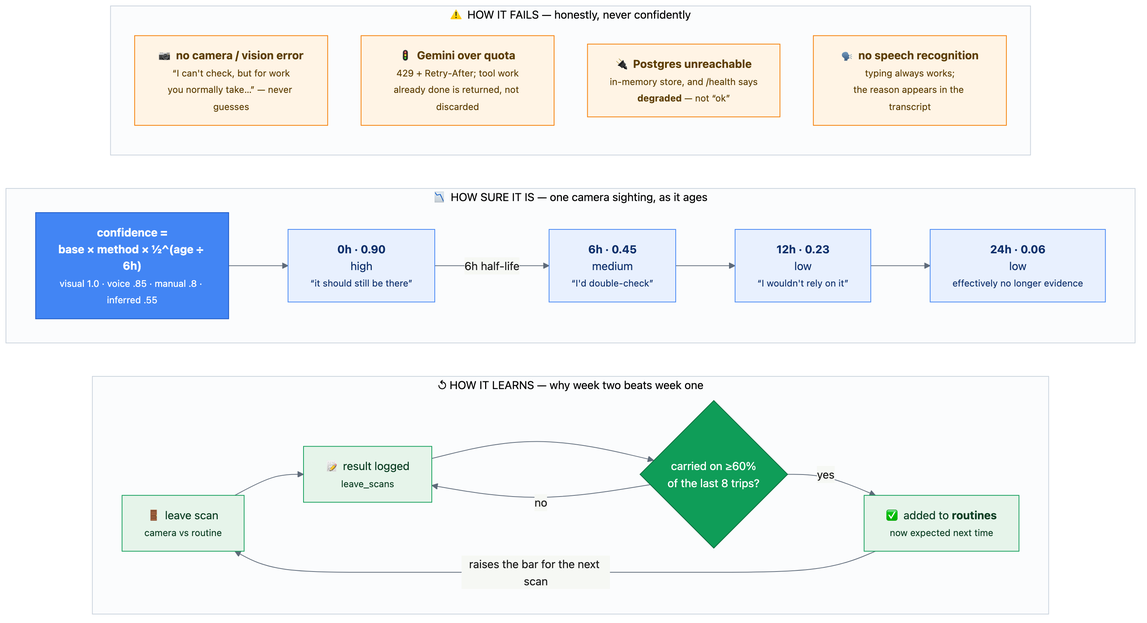
Above: docs/images/behaviour.png in TheGh0xt/Omnistant (Mermaid), before the change. Its source is kept beside it as docs/behaviour.mmd. Source of this version:
```mermaid
graph LR
    subgraph LOOP["↺ HOW IT LEARNS — why week two beats week one"]
        direction LR
        S1["🚪 leave scan<br/><small>camera vs routine</small>"]
        S2["📝 result logged<br/><small>leave_scans</small>"]
        S3{"carried on ≥60%<br/>of the last 8 trips?"}
        S4["✅ added to <b>routines</b><br/><small>now expected next time</small>"]
        S1 --> S2 --> S3
        S3 -->|yes| S4
        S3 -->|no| S2
        S4 -->|"raises the bar for the next scan"| S1
    end

    subgraph DECAY["📉 HOW SURE IT IS — one camera sighting, as it ages"]
        direction LR
        D0["<b>confidence =<br/>base × method × ½^(age ÷ 6h)</b><br/><small>visual 1.0 · voice .85 · manual .8 · inferred .55</small>"]
        D1["<b>0h · 0.90</b><br/>high<br/><small>“it should still be there”</small>"]
        D2["<b>6h · 0.45</b><br/>medium<br/><small>“I'd double-check”</small>"]
        D3["<b>12h · 0.23</b><br/>low<br/><small>“I wouldn't rely on it”</small>"]
        D4["<b>24h · 0.06</b><br/>low<br/><small>effectively no longer evidence</small>"]
        D0 --> D1 -->|"6h half-life"| D2 --> D3 --> D4
    end

    subgraph FAIL["⚠️ HOW IT FAILS — honestly, never confidently"]
        direction TB
        F1["📷 <b>no camera / vision error</b><br/><small>“I can't check, but for work<br/>you normally take…” — never guesses</small>"]
        F2["🚦 <b>Gemini over quota</b><br/><small>429 + Retry-After; tool work<br/>already done is returned, not discarded</small>"]
        F3["🔌 <b>Postgres unreachable</b><br/><small>in-memory store, and /health says<br/><b>degraded</b> — not “ok”</small>"]
        F4["🗣️ <b>no speech recognition</b><br/><small>typing always works;<br/>the reason appears in the transcript</small>"]
    end

    classDef loop  fill:#E6F4EA,stroke:#0F9D58,color:#0a3d22
    classDef dec   fill:#E8F0FE,stroke:#4285F4,color:#0d2f6b
    classDef decf  fill:#4285F4,stroke:#1a56c4,color:#fff
    classDef fail  fill:#FFF4E5,stroke:#F57C00,color:#5c3d00
    classDef q     fill:#0F9D58,stroke:#0a6c3c,color:#fff
    class S1,S2,S4 loop
    class S3 q
    class D1,D2,D3,D4 dec
    class D0 decf
    class F1,F2,F3,F4 fail
```
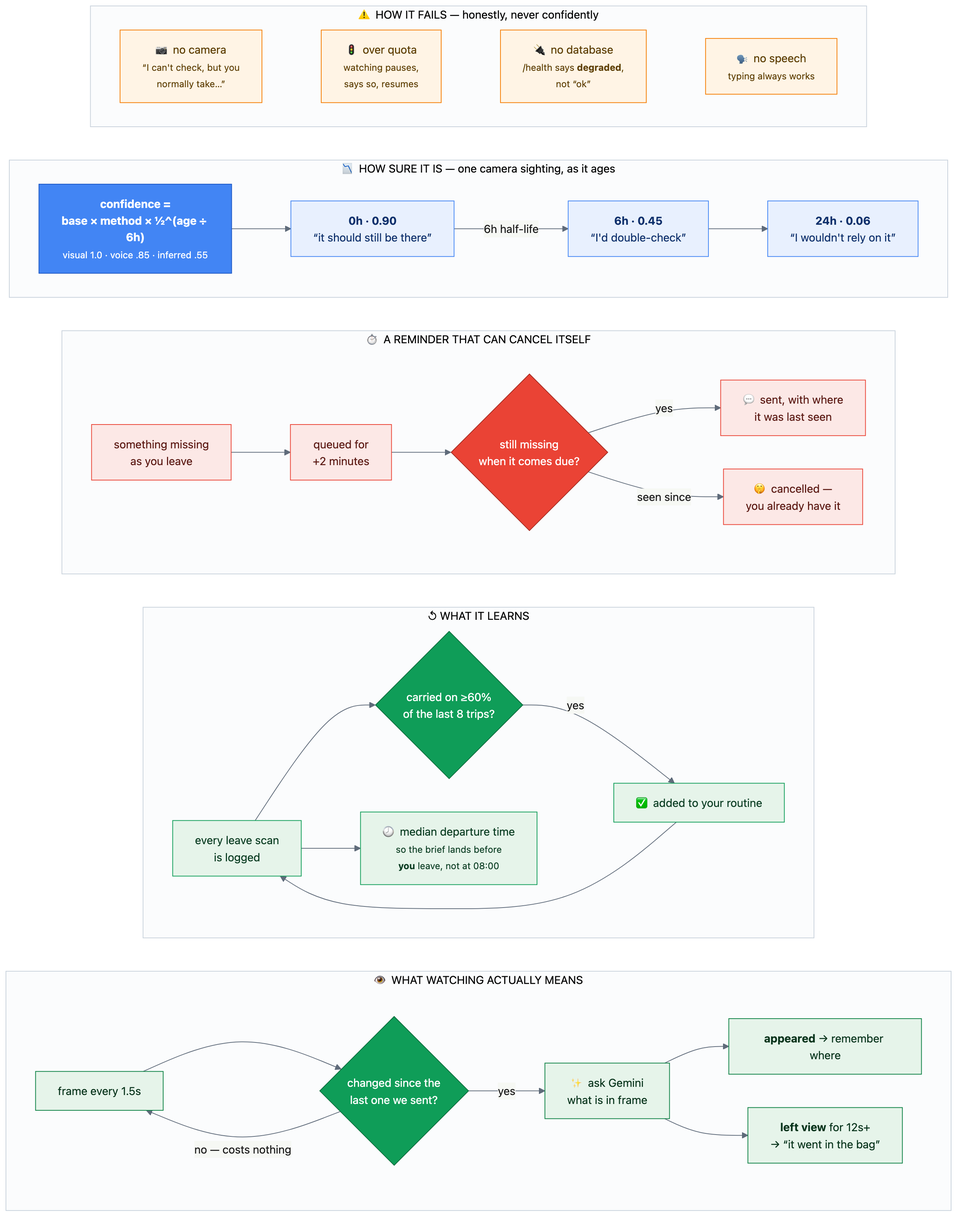
Above is the later version.

Commit message:
docs: rewrite the submission and redraw both diagrams for what now exists

What changed in the source:
```diff
@@ -1,41 +1,72 @@
 graph LR
-    subgraph LOOP["↺ HOW IT LEARNS — why week two beats week one"]
+    subgraph WATCH["👁️ WHAT WATCHING ACTUALLY MEANS"]
         direction LR
-        S1["🚪 leave scan<br/><small>camera vs routine</small>"]
-        S2["📝 result logged<br/><small>leave_scans</small>"]
-        S3{"carried on ≥60%<br/>of the last 8 trips?"}
-        S4["✅ added to <b>routines</b><br/><small>now expected next time</small>"]
-        S1 --> S2 --> S3
-        S3 -->|yes| S4
-        S3 -->|no| S2
-        S4 -->|"raises the bar for the next scan"| S1
+        V1["frame every 1.5s"]
+        V2{"changed since the<br/>last one we sent?"}
+        V3["✨ ask Gemini<br/>what is in frame"]
+        V4["<b>appeared</b> → remember where"]
+        V5["<b>left view</b> for 12s+<br/>→ “it went in the bag”"]
+        V1 --> V2
+        V2 -->|"no — costs nothing"| V1
+        V2 -->|yes| V3 --> V4
+        V3 --> V5
+    end
+
+    subgraph LEARN["↺ WHAT IT LEARNS"]
+        direction LR
+        L1["every leave scan<br/>is logged"]
+        L2{"carried on ≥60%<br/>of the last 8 trips?"}
+        L3["✅ added to your routine"]
+        L4["🕗 median departure time<br/><small>so the brief lands before<br/><b>you</b> leave, not at 08:00</small>"]
+        L1 --> L2 -->|yes| L3 --> L1
+        L1 --> L4
+    end
+
+    subgraph NUDGE["⏱️ A REMINDER THAT CAN CANCEL ITSELF"]
+        direction LR
+        N1["something missing<br/>as you leave"]
+        N2["queued for<br/>+2 minutes"]
+        N3{"still missing<br/>when it comes due?"}
+        N4["💬 sent, with where<br/>it was last seen"]
+        N5["🤫 cancelled —<br/>you already have it"]
+        N1 --> N2 --> N3
+        N3 -->|yes| N4
+        N3 -->|"seen since"| N5
     end
 
     subgraph DECAY["📉 HOW SURE IT IS — one camera sighting, as it ages"]
         direction LR
-        D0["<b>confidence =<br/>base × method × ½^(age ÷ 6h)</b><br/><small>visual 1.0 · voice .85 · manual .8 · inferred .55</small>"]
-        D1["<b>0h · 0.90</b><br/>high<br/><small>“it should still be there”</small>"]
-        D2["<b>6h · 0.45</b><br/>medium<br/><small>“I'd double-check”</small>"]
-        D3["<b>12h · 0.23</b><br/>low<br/><small>“I wouldn't rely on it”</small>"]
-        D4["<b>24h · 0.06</b><br/>low<br/><small>effectively no longer evidence</small>"]
-        D0 --> D1 -->|"6h half-life"| D2 --> D3 --> D4
+        D0["<b>confidence =<br/>base × method × ½^(age ÷ 6h)</b><br/><small>visual 1.0 · voice .85 · inferred .55</small>"]
+        D1["<b>0h · 0.90</b><br/>“it should still be there”"]
+        D2["<b>6h · 0.45</b><br/>“I'd double-check”"]
+        D3["<b>24h · 0.06</b><br/>“I wouldn't rely on it”"]
+        D0 --> D1 -->|"6h half-life"| D2 --> D3
     end
 
     subgraph FAIL["⚠️ HOW IT FAILS — honestly, never confidently"]
-        direction TB
-        F1["📷 <b>no camera / vision error</b><br/><small>“I can't check, but for work<br/>you normally take…” — never guesses</small>"]
-        F2["🚦 <b>Gemini over quota</b><br/><small>429 + Retry-After; tool work<br/>already done is returned, not discarded</small>"]
-        F3["🔌 <b>Postgres unreachable</b><br/><small>in-memory store, and /health says<br/><b>degraded</b> — not “ok”</small>"]
-        F4["🗣️ <b>no speech recognition</b><br/><small>typing always works;<br/>the reason appears in the transcript</small>"]
+        direction LR
+        F1["📷 no camera<br/><small>“I can't check, but you<br/>normally take…”</small>"]
+        F2["🚦 over quota<br/><small>watching pauses,<br/>says so, resumes</small>"]
+        F3["🔌 no database<br/><small>/health says <b>degraded</b>,<br/>not “ok”</small>"]
+        F4["🗣️ no speech<br/><small>typing always works</small>"]
+        F1 ~~~ F2 ~~~ F3 ~~~ F4
     end
 
-    classDef loop  fill:#E6F4EA,stroke:#0F9D58,color:#0a3d22
+    classDef watch fill:#E6F4EA,stroke:#0B8043,color:#08341c
+    classDef learn fill:#E6F4EA,stroke:#0F9D58,color:#0a3d22
+    classDef nudge fill:#FCE8E6,stroke:#EA4335,color:#5c1a14
     classDef dec   fill:#E8F0FE,stroke:#4285F4,color:#0d2f6b
     classDef decf  fill:#4285F4,stroke:#1a56c4,color:#fff
     classDef fail  fill:#FFF4E5,stroke:#F57C00,color:#5c3d00
     classDef q     fill:#0F9D58,stroke:#0a6c3c,color:#fff
-    class S1,S2,S4 loop
-    class S3 q
-    class D1,D2,D3,D4 dec
+    classDef qr    fill:#EA4335,stroke:#a52b21,color:#fff
+
+    class V1,V3,V4,V5 watch
+    class V2 q
+    class L1,L3,L4 learn
+    class L2 q
+    class N1,N2,N4,N5 nudge
+    class N3 qr
+    class D1,D2,D3 dec
     class D0 decf
     class F1,F2,F3,F4 fail
```
